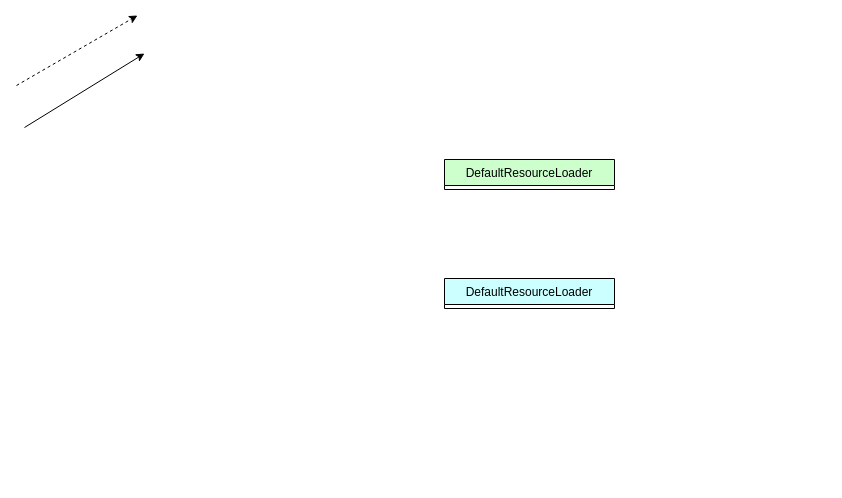
MuggleStar/draw_io keeps this draw.io diagram as spring/aop/DefaultBeanFactoryPointcutAdvisor.drawio. Above is the earlier version. Source tidied: cells renumbered, new cells numbered last; positions are measured from the earlier drawing's top-left corner, leaving out a move shared by most shapes. Both pictures are drawn from the tidied source at 100%, with x=0, y=0 at pixel (16, 15).
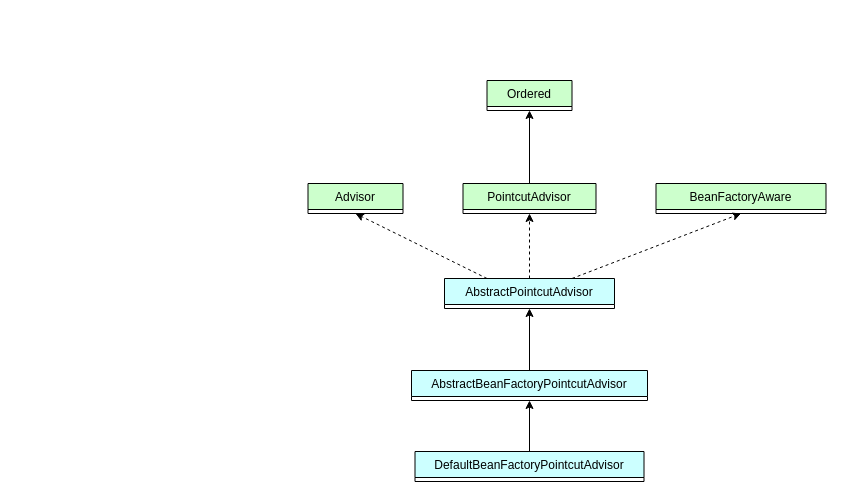
The same diagram, later.

What changed in the source:
```diff
@@
 <mxGraphModel>
   <root>
     <mxCell id="0" />
     <mxCell id="1" parent="0" />
-    <mxCell id="2" value="DefaultResourceLoader" style="swimlane;fontStyle=0;horizontal=1;startSize=26;fillColor=#CCFFFF;direction=east;strokeColor=default;swimlaneLine=1;glass=0;rounded=0;shadow=0;" parent="1" vertex="1" collapsed="1">
+    <mxCell id="2" value="AbstractPointcutAdvisor" style="swimlane;fontStyle=0;horizontal=1;startSize=26;fillColor=#CCFFFF;direction=east;strokeColor=default;swimlaneLine=1;glass=0;rounded=0;shadow=0;" parent="1" vertex="1" collapsed="1">
       <mxGeometry x="428" y="263" width="170" height="30" as="geometry" />
     </mxCell>
-    <mxCell id="3" style="endArrow=classic;html=1;rounded=0;dashed=1;" parent="1" edge="1">
-      <mxGeometry relative="1" as="geometry">
-        <mxPoint y="70" as="sourcePoint" />
-        <mxPoint x="121" as="targetPoint" />
-      </mxGeometry>
+    <mxCell id="3" style="endArrow=classic;html=1;rounded=0;dashed=1;exitX=0.75;exitY=0;exitDx=0;exitDy=0;entryX=0.5;entryY=1;entryDx=0;entryDy=0;" parent="1" edge="1" source="2" target="9">
+      <mxGeometry relative="1" as="geometry" />
     </mxCell>
-    <mxCell id="4" style="endArrow=classic;html=1;rounded=0;" parent="1" edge="1">
-      <mxGeometry relative="1" as="geometry">
-        <mxPoint x="8" y="112" as="sourcePoint" />
-        <mxPoint x="128" y="38" as="targetPoint" />
-      </mxGeometry>
+    <mxCell id="4" style="endArrow=classic;html=1;rounded=0;exitX=0.5;exitY=0;exitDx=0;exitDy=0;entryX=0.5;entryY=1;entryDx=0;entryDy=0;" parent="1" edge="1" source="10" target="8">
+      <mxGeometry relative="1" as="geometry" />
     </mxCell>
-    <mxCell id="5" value="DefaultResourceLoader" style="swimlane;fontStyle=0;horizontal=1;startSize=26;fillColor=#CCFFCC;direction=east;strokeColor=default;swimlaneLine=1;glass=0;rounded=0;shadow=0;" parent="1" vertex="1" collapsed="1">
-      <mxGeometry x="428" y="144" width="170" height="30" as="geometry" />
-    </mxCell>
+    <mxCell id="6" value="AbstractBeanFactoryPointcutAdvisor" style="swimlane;fontStyle=0;horizontal=1;startSize=26;fillColor=#CCFFFF;direction=east;strokeColor=default;swimlaneLine=1;glass=0;rounded=0;shadow=0;" parent="1" vertex="1" collapsed="1">
+      <mxGeometry x="395" y="355" width="236" height="30" as="geometry" />
+    </mxCell>
+    <mxCell id="7" value="DefaultBeanFactoryPointcutAdvisor" style="swimlane;fontStyle=0;horizontal=1;startSize=26;fillColor=#CCFFFF;direction=east;strokeColor=default;swimlaneLine=1;glass=0;rounded=0;shadow=0;" parent="1" vertex="1" collapsed="1">
+      <mxGeometry x="398.5" y="436" width="229" height="30" as="geometry" />
+    </mxCell>
+    <mxCell id="8" value="Ordered" style="swimlane;fontStyle=0;horizontal=1;startSize=26;fillColor=#CCFFCC;direction=east;strokeColor=default;swimlaneLine=1;glass=0;rounded=0;shadow=0;" parent="1" vertex="1" collapsed="1">
+      <mxGeometry x="470.5" y="65" width="85" height="30" as="geometry" />
+    </mxCell>
+    <mxCell id="9" value="BeanFactoryAware" style="swimlane;fontStyle=0;horizontal=1;startSize=26;fillColor=#CCFFCC;direction=east;strokeColor=default;swimlaneLine=1;glass=0;rounded=0;shadow=0;" parent="1" vertex="1" collapsed="1">
+      <mxGeometry x="639.5" y="168" width="170" height="30" as="geometry" />
+    </mxCell>
+    <mxCell id="10" value="PointcutAdvisor" style="swimlane;fontStyle=0;horizontal=1;startSize=26;fillColor=#CCFFCC;direction=east;strokeColor=default;swimlaneLine=1;glass=0;rounded=0;shadow=0;" parent="1" vertex="1" collapsed="1">
+      <mxGeometry x="446.5" y="168" width="133" height="30" as="geometry" />
+    </mxCell>
+    <mxCell id="11" value="Advisor" style="swimlane;fontStyle=0;horizontal=1;startSize=26;fillColor=#CCFFCC;direction=east;strokeColor=default;swimlaneLine=1;glass=0;rounded=0;shadow=0;" parent="1" vertex="1" collapsed="1">
+      <mxGeometry x="291.5" y="168" width="95" height="30" as="geometry" />
+    </mxCell>
+    <mxCell id="12" style="endArrow=classic;html=1;rounded=0;exitX=0.5;exitY=0;exitDx=0;exitDy=0;entryX=0.5;entryY=1;entryDx=0;entryDy=0;" parent="1" edge="1" source="6" target="2">
+      <mxGeometry relative="1" as="geometry" />
+    </mxCell>
+    <mxCell id="13" style="endArrow=classic;html=1;rounded=0;exitX=0.5;exitY=0;exitDx=0;exitDy=0;entryX=0.5;entryY=1;entryDx=0;entryDy=0;" parent="1" edge="1" source="7" target="6">
+      <mxGeometry relative="1" as="geometry" />
+    </mxCell>
+    <mxCell id="14" style="endArrow=classic;html=1;rounded=0;dashed=1;exitX=0.5;exitY=0;exitDx=0;exitDy=0;entryX=0.5;entryY=1;entryDx=0;entryDy=0;" parent="1" edge="1" source="2" target="10">
+      <mxGeometry relative="1" as="geometry" />
+    </mxCell>
+    <mxCell id="15" style="endArrow=classic;html=1;rounded=0;dashed=1;exitX=0.25;exitY=0;exitDx=0;exitDy=0;entryX=0.5;entryY=1;entryDx=0;entryDy=0;" parent="1" edge="1" source="2" target="11">
+      <mxGeometry relative="1" as="geometry" />
+    </mxCell>
   </root>
 </mxGraphModel>
```
